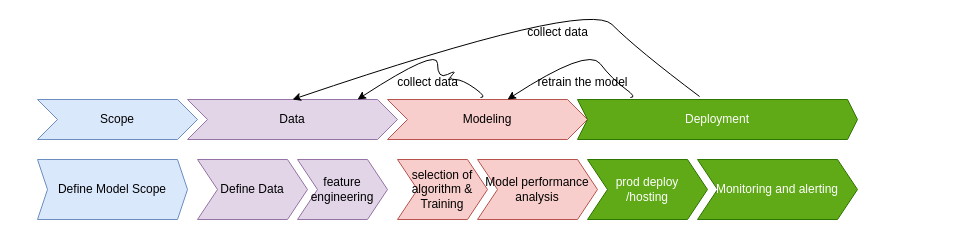
Earlier version of the draw.io diagram Untitled Diagram.drawio (zacrenju/DS_Project). Source tidied: cells renumbered, new cells numbered last; positions are measured from the earlier drawing's top-left corner, leaving out a move shared by most shapes. Both pictures are drawn from the tidied source at 100%, with x=0, y=0 at pixel (37, -1).
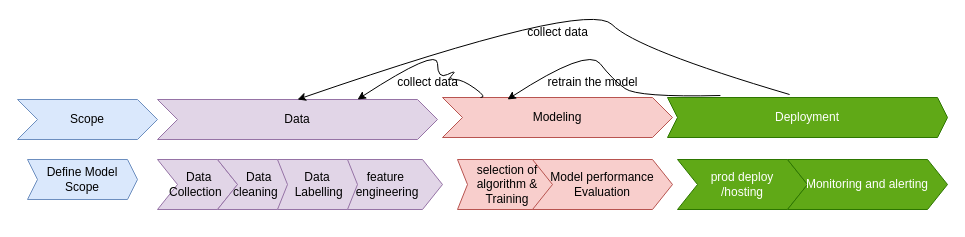
After the change.

What changed in the source:
```diff
@@
     <mxCell id="2" value="Scope" style="shape=step;perimeter=stepPerimeter;whiteSpace=wrap;html=1;fixedSize=1;fillColor=#dae8fc;strokeColor=#6c8ebf;" parent="1" vertex="1">
-      <mxGeometry y="100" width="160" height="40" as="geometry" />
+      <mxGeometry x="-20" y="100" width="140" height="40" as="geometry" />
     </mxCell>
     <mxCell id="3" value="Data" style="shape=step;perimeter=stepPerimeter;whiteSpace=wrap;html=1;fixedSize=1;fillColor=#e1d5e7;strokeColor=#9673a6;" parent="1" vertex="1">
-      <mxGeometry x="150" y="100" width="210" height="40" as="geometry" />
+      <mxGeometry x="120" y="100" width="280" height="40" as="geometry" />
     </mxCell>
     <mxCell id="4" value="Modeling" style="shape=step;perimeter=stepPerimeter;whiteSpace=wrap;html=1;fixedSize=1;fillColor=#f8cecc;strokeColor=#b85450;" parent="1" vertex="1">
-      <mxGeometry x="350" y="100" width="200" height="40" as="geometry" />
+      <mxGeometry x="405" y="98" width="230" height="40" as="geometry" />
     </mxCell>
     <mxCell id="5" value="Deployment" style="shape=step;perimeter=stepPerimeter;whiteSpace=wrap;html=1;fixedSize=1;size=10;fillColor=#60a917;fontColor=#ffffff;strokeColor=#2D7600;" parent="1" vertex="1">
-      <mxGeometry x="540" y="100" width="280" height="40" as="geometry" />
+      <mxGeometry x="630" y="98" width="280" height="40" as="geometry" />
     </mxCell>
     <mxCell id="6" value="Define Model Scope" style="shape=step;perimeter=stepPerimeter;whiteSpace=wrap;html=1;fixedSize=1;size=10;fillColor=#dae8fc;strokeColor=#6c8ebf;" parent="1" vertex="1">
-      <mxGeometry y="160" width="150" height="60" as="geometry" />
+      <mxGeometry x="-10" y="160" width="110" height="40" as="geometry" />
     </mxCell>
-    <mxCell id="7" value="Define Data" style="shape=step;perimeter=stepPerimeter;whiteSpace=wrap;html=1;fixedSize=1;fillColor=#e1d5e7;strokeColor=#9673a6;" parent="1" vertex="1">
-      <mxGeometry x="160" y="160" width="110" height="60" as="geometry" />
+    <mxCell id="7" value="&amp;nbsp;Data Collection&amp;nbsp;" style="shape=step;perimeter=stepPerimeter;whiteSpace=wrap;html=1;fixedSize=1;fillColor=#e1d5e7;strokeColor=#9673a6;" parent="1" vertex="1">
+      <mxGeometry x="120" y="160" width="80" height="50" as="geometry" />
     </mxCell>
-    <mxCell id="8" value="feature engineering" style="shape=step;perimeter=stepPerimeter;whiteSpace=wrap;html=1;fixedSize=1;fillColor=#e1d5e7;strokeColor=#9673a6;" parent="1" vertex="1">
-      <mxGeometry x="260" y="160" width="90" height="60" as="geometry" />
+    <mxCell id="8" value="feature&amp;nbsp;&lt;div&gt;engineering&lt;/div&gt;" style="shape=step;perimeter=stepPerimeter;whiteSpace=wrap;html=1;fixedSize=1;fillColor=#e1d5e7;strokeColor=#9673a6;" parent="1" vertex="1">
+      <mxGeometry x="295" y="160" width="110" height="50" as="geometry" />
     </mxCell>
-    <mxCell id="9" value="selection of algorithm &amp;amp; Training" style="shape=step;perimeter=stepPerimeter;whiteSpace=wrap;html=1;fixedSize=1;fillColor=#f8cecc;strokeColor=#b85450;" parent="1" vertex="1">
-      <mxGeometry x="360" y="160" width="90" height="60" as="geometry" />
+    <mxCell id="9" value="selection of algorithm &amp;amp; Training" style="shape=step;perimeter=stepPerimeter;whiteSpace=wrap;html=1;fixedSize=1;fillColor=#f8cecc;strokeColor=#b85450;size=10;" parent="1" vertex="1">
+      <mxGeometry x="420" y="160" width="100" height="50" as="geometry" />
     </mxCell>
-    <mxCell id="10" value="Model performance analysis" style="shape=step;perimeter=stepPerimeter;whiteSpace=wrap;html=1;fixedSize=1;fillColor=#f8cecc;strokeColor=#b85450;" parent="1" vertex="1">
-      <mxGeometry x="440" y="160" width="120" height="60" as="geometry" />
+    <mxCell id="10" value="Model performance Evaluation" style="shape=step;perimeter=stepPerimeter;whiteSpace=wrap;html=1;fixedSize=1;fillColor=#f8cecc;strokeColor=#b85450;" parent="1" vertex="1">
+      <mxGeometry x="495" y="160" width="140" height="50" as="geometry" />
     </mxCell>
     <mxCell id="11" value="prod deploy&lt;div&gt;/hosting&lt;/div&gt;" style="shape=step;perimeter=stepPerimeter;whiteSpace=wrap;html=1;fixedSize=1;size=20;fillColor=#60a917;fontColor=#ffffff;strokeColor=#2D7600;" parent="1" vertex="1">
-      <mxGeometry x="550" y="160" width="120" height="60" as="geometry" />
+      <mxGeometry x="640" y="160" width="130" height="50" as="geometry" />
     </mxCell>
     <mxCell id="12" value="Monitoring and alerting" style="shape=step;perimeter=stepPerimeter;whiteSpace=wrap;html=1;fixedSize=1;size=20;fillColor=#60a917;fontColor=#ffffff;strokeColor=#2D7600;" parent="1" vertex="1">
-      <mxGeometry x="660" y="160" width="160" height="60" as="geometry" />
+      <mxGeometry x="750" y="160" width="160" height="50" as="geometry" />
     </mxCell>
@@
     <mxCell id="16" value="retrain the model" style="text;html=1;align=center;verticalAlign=middle;strokeColor=none;fillColor=none;" parent="1" vertex="1">
-      <mxGeometry x="490" y="68" width="110" height="30" as="geometry" />
+      <mxGeometry x="500" y="68" width="110" height="30" as="geometry" />
     </mxCell>
@@
+    <mxCell id="19" value="&amp;nbsp;Data cleaning&amp;nbsp;" style="shape=step;perimeter=stepPerimeter;whiteSpace=wrap;html=1;fixedSize=1;fillColor=#e1d5e7;strokeColor=#9673a6;" parent="1" vertex="1">
+      <mxGeometry x="180" y="160" width="80" height="50" as="geometry" />
+    </mxCell>
+    <mxCell id="20" value="Data&lt;div&gt;&amp;nbsp;Labelling&lt;/div&gt;" style="shape=step;perimeter=stepPerimeter;whiteSpace=wrap;html=1;fixedSize=1;fillColor=#e1d5e7;strokeColor=#9673a6;size=10;" parent="1" vertex="1">
+      <mxGeometry x="240" y="160" width="80" height="50" as="geometry" />
+    </mxCell>
```
